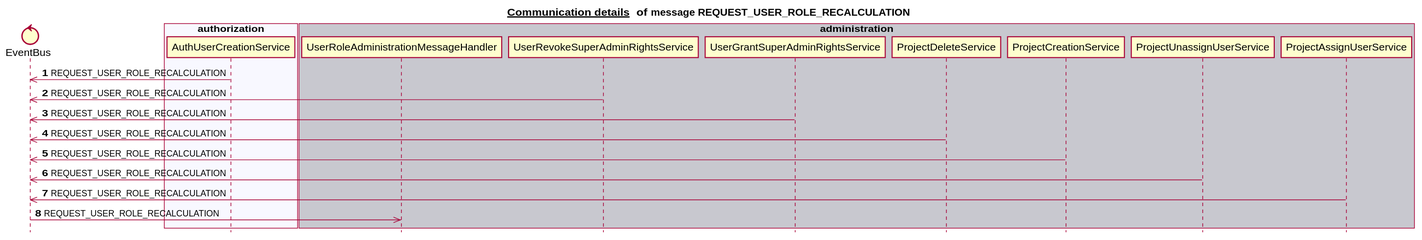
mercedes-benz/sechub keeps this PlantUML diagram as docs/latest/images/gen_domain_messaging_request_user_role_recalculation.svg. Above is the earlier version.
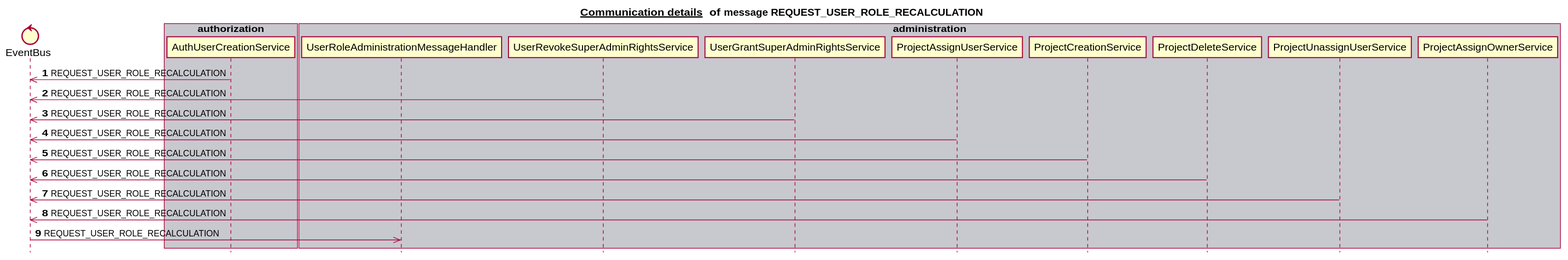
After the change.

The edit, as a diff of the source:
```diff
@@ -6,32 +6,34 @@
 
 
 control EventBus
-box "notification" #C8C8CF
+box "scan" #C8C8CF
 end box
-box "authorization" #F8F8FF
+box "schedule" #F8F8FF
+end box
+box "authorization" #C8C8CF
    participant AuthUserCreationService
+end box
+box "notification" #F8F8FF
 end box
 box "administration" #C8C8CF
    participant UserRoleAdministrationMessageHandler
    participant UserRevokeSuperAdminRightsService
    participant UserGrantSuperAdminRightsService
+   participant ProjectAssignUserService
+   participant ProjectCreationService
    participant ProjectDeleteService
-   participant ProjectCreationService
    participant ProjectUnassignUserService
-   participant ProjectAssignUserService
-end box
-box "schedule" #F8F8FF
-end box
-box "scan" #C8C8CF
+   participant ProjectAssignOwnerService
 end box
 autonumber 1
 AuthUserCreationService ->> EventBus:REQUEST_USER_ROLE_RECALCULATION
 UserRevokeSuperAdminRightsService ->> EventBus:REQUEST_USER_ROLE_RECALCULATION
 UserGrantSuperAdminRightsService ->> EventBus:REQUEST_USER_ROLE_RECALCULATION
+ProjectAssignUserService ->> EventBus:REQUEST_USER_ROLE_RECALCULATION
+ProjectCreationService ->> EventBus:REQUEST_USER_ROLE_RECALCULATION
 ProjectDeleteService ->> EventBus:REQUEST_USER_ROLE_RECALCULATION
-ProjectCreationService ->> EventBus:REQUEST_USER_ROLE_RECALCULATION
 ProjectUnassignUserService ->> EventBus:REQUEST_USER_ROLE_RECALCULATION
-ProjectAssignUserService ->> EventBus:REQUEST_USER_ROLE_RECALCULATION
+ProjectAssignOwnerService ->> EventBus:REQUEST_USER_ROLE_RECALCULATION
 EventBus ->> UserRoleAdministrationMessageHandler:REQUEST_USER_ROLE_RECALCULATION
 autonumber stop
 
```
